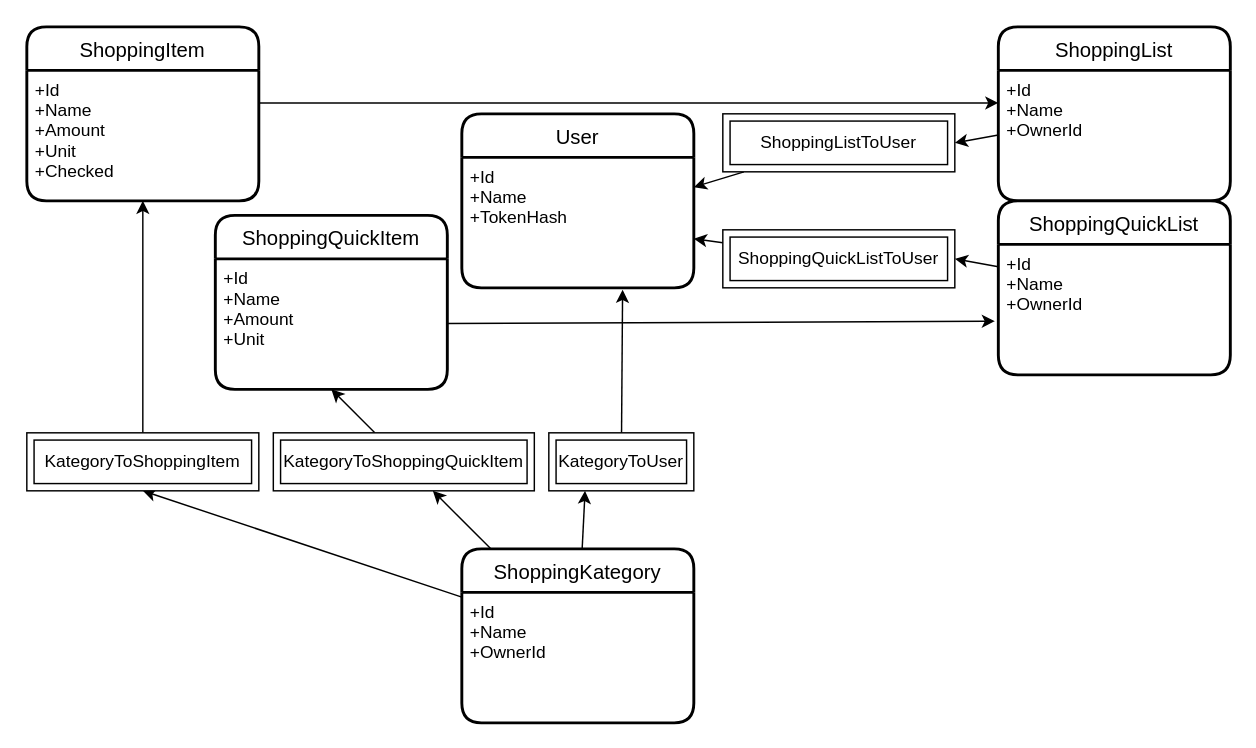
Earlier version of the draw.io diagram database.drawio (Himmelsw4nderer/famAPPserver). Source tidied: cells renumbered, new cells numbered last; positions are measured from the earlier drawing's top-left corner, leaving out a move shared by most shapes. Both pictures are drawn from the tidied source at 145%, with x=0, y=0 at pixel (26, 26).
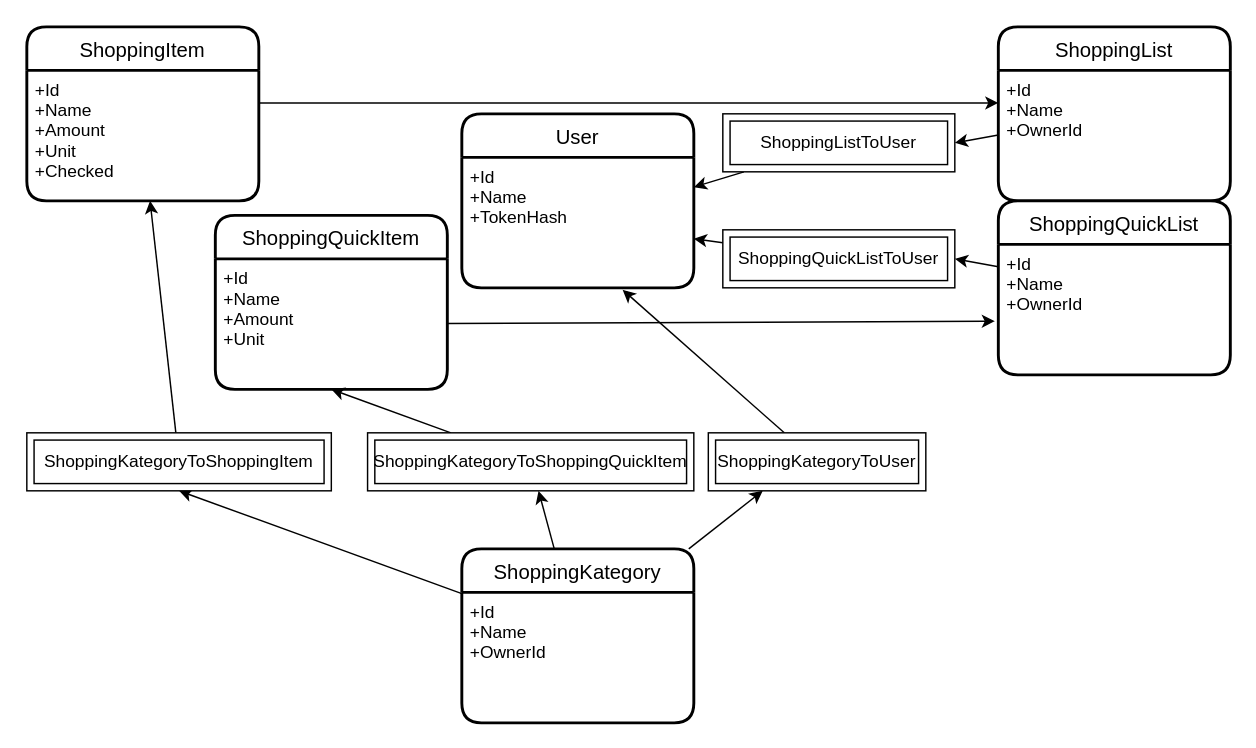
Above is the later version.

What changed in the source:
```diff
@@
-    <mxCell id="26" value="KategoryToShoppingItem" style="shape=ext;margin=3;double=1;whiteSpace=wrap;html=1;align=center;" parent="1" vertex="1">
-      <mxGeometry y="280" width="160" height="40" as="geometry" />
+    <mxCell id="26" value="ShoppingKategoryToShoppingItem" style="shape=ext;margin=3;double=1;whiteSpace=wrap;html=1;align=center;" parent="1" vertex="1">
+      <mxGeometry y="280" width="210" height="40" as="geometry" />
     </mxCell>
@@
-    <mxCell id="28" value="KategoryToShoppingQuickItem" style="shape=ext;margin=3;double=1;whiteSpace=wrap;html=1;align=center;" parent="1" vertex="1">
-      <mxGeometry x="170" y="280" width="180" height="40" as="geometry" />
+    <mxCell id="28" value="ShoppingKategoryToShoppingQuickItem" style="shape=ext;margin=3;double=1;whiteSpace=wrap;html=1;align=center;" parent="1" vertex="1">
+      <mxGeometry x="235" y="280" width="225" height="40" as="geometry" />
     </mxCell>
@@
-    <mxCell id="30" value="KategoryToUser" style="shape=ext;margin=3;double=1;whiteSpace=wrap;html=1;align=center;" parent="1" vertex="1">
-      <mxGeometry x="360" y="280" width="100" height="40" as="geometry" />
+    <mxCell id="30" value="ShoppingKategoryToUser" style="shape=ext;margin=3;double=1;whiteSpace=wrap;html=1;align=center;" parent="1" vertex="1">
+      <mxGeometry x="470" y="280" width="150" height="40" as="geometry" />
     </mxCell>
```
